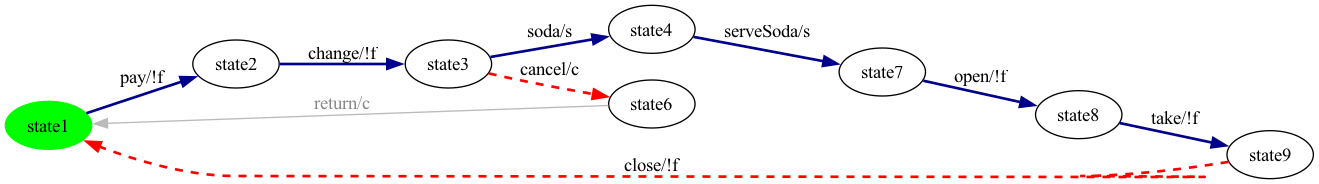
This is milestone-reports/per-product-all-states/SVM/SVM-product7-walk.png from dilekozturk93/vibes, a Graphviz export, as it was before one commit. Its source is kept beside it as milestone-reports/per-product-all-states/SVM/SVM-product7-walk.dot.
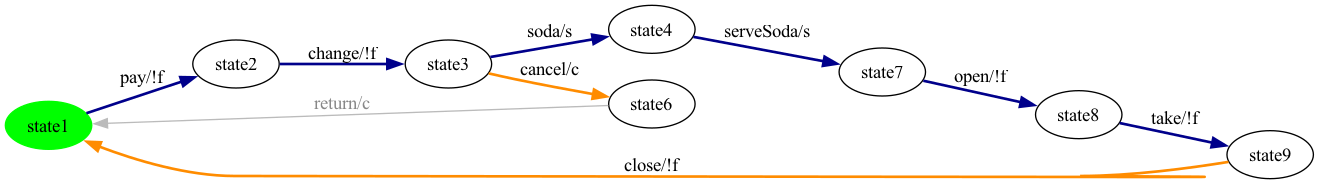
Above is the later version.

The edit, as a diff of the source:
```diff
@@ -8,12 +8,12 @@
 state5 [ label = "state2" ];
 state6 [ label = "state4" ];
 state7 [ label = "state3" ];
-state1 -> state0 [ label=" close/!f ", style=dashed, color=red, penwidth=2 ];
+state1 -> state0 [ label=" close/!f ", style=bold, color=darkorange, penwidth=2 ];
 state6 -> state4 [ label=" serveSoda/s ", style=bold, color=darkblue, penwidth=2 ];
 state5 -> state7 [ label=" change/!f ", style=bold, color=darkblue, penwidth=2 ];
 state3 -> state1 [ label=" take/!f ", style=bold, color=darkblue, penwidth=2 ];
 state0 -> state5 [ label=" pay/!f ", style=bold, color=darkblue, penwidth=2 ];
-state7 -> state2 [ label=" cancel/c ", style=dashed, color=red, penwidth=2 ];
+state7 -> state2 [ label=" cancel/c ", style=bold, color=darkorange, penwidth=2 ];
 state4 -> state3 [ label=" open/!f ", style=bold, color=darkblue, penwidth=2 ];
 state2 -> state0 [ label=" return/c ", color="#bbbbbb", fontcolor="#888888" ];
 state7 -> state6 [ label=" soda/s ", style=bold, color=darkblue, penwidth=2 ];
```
